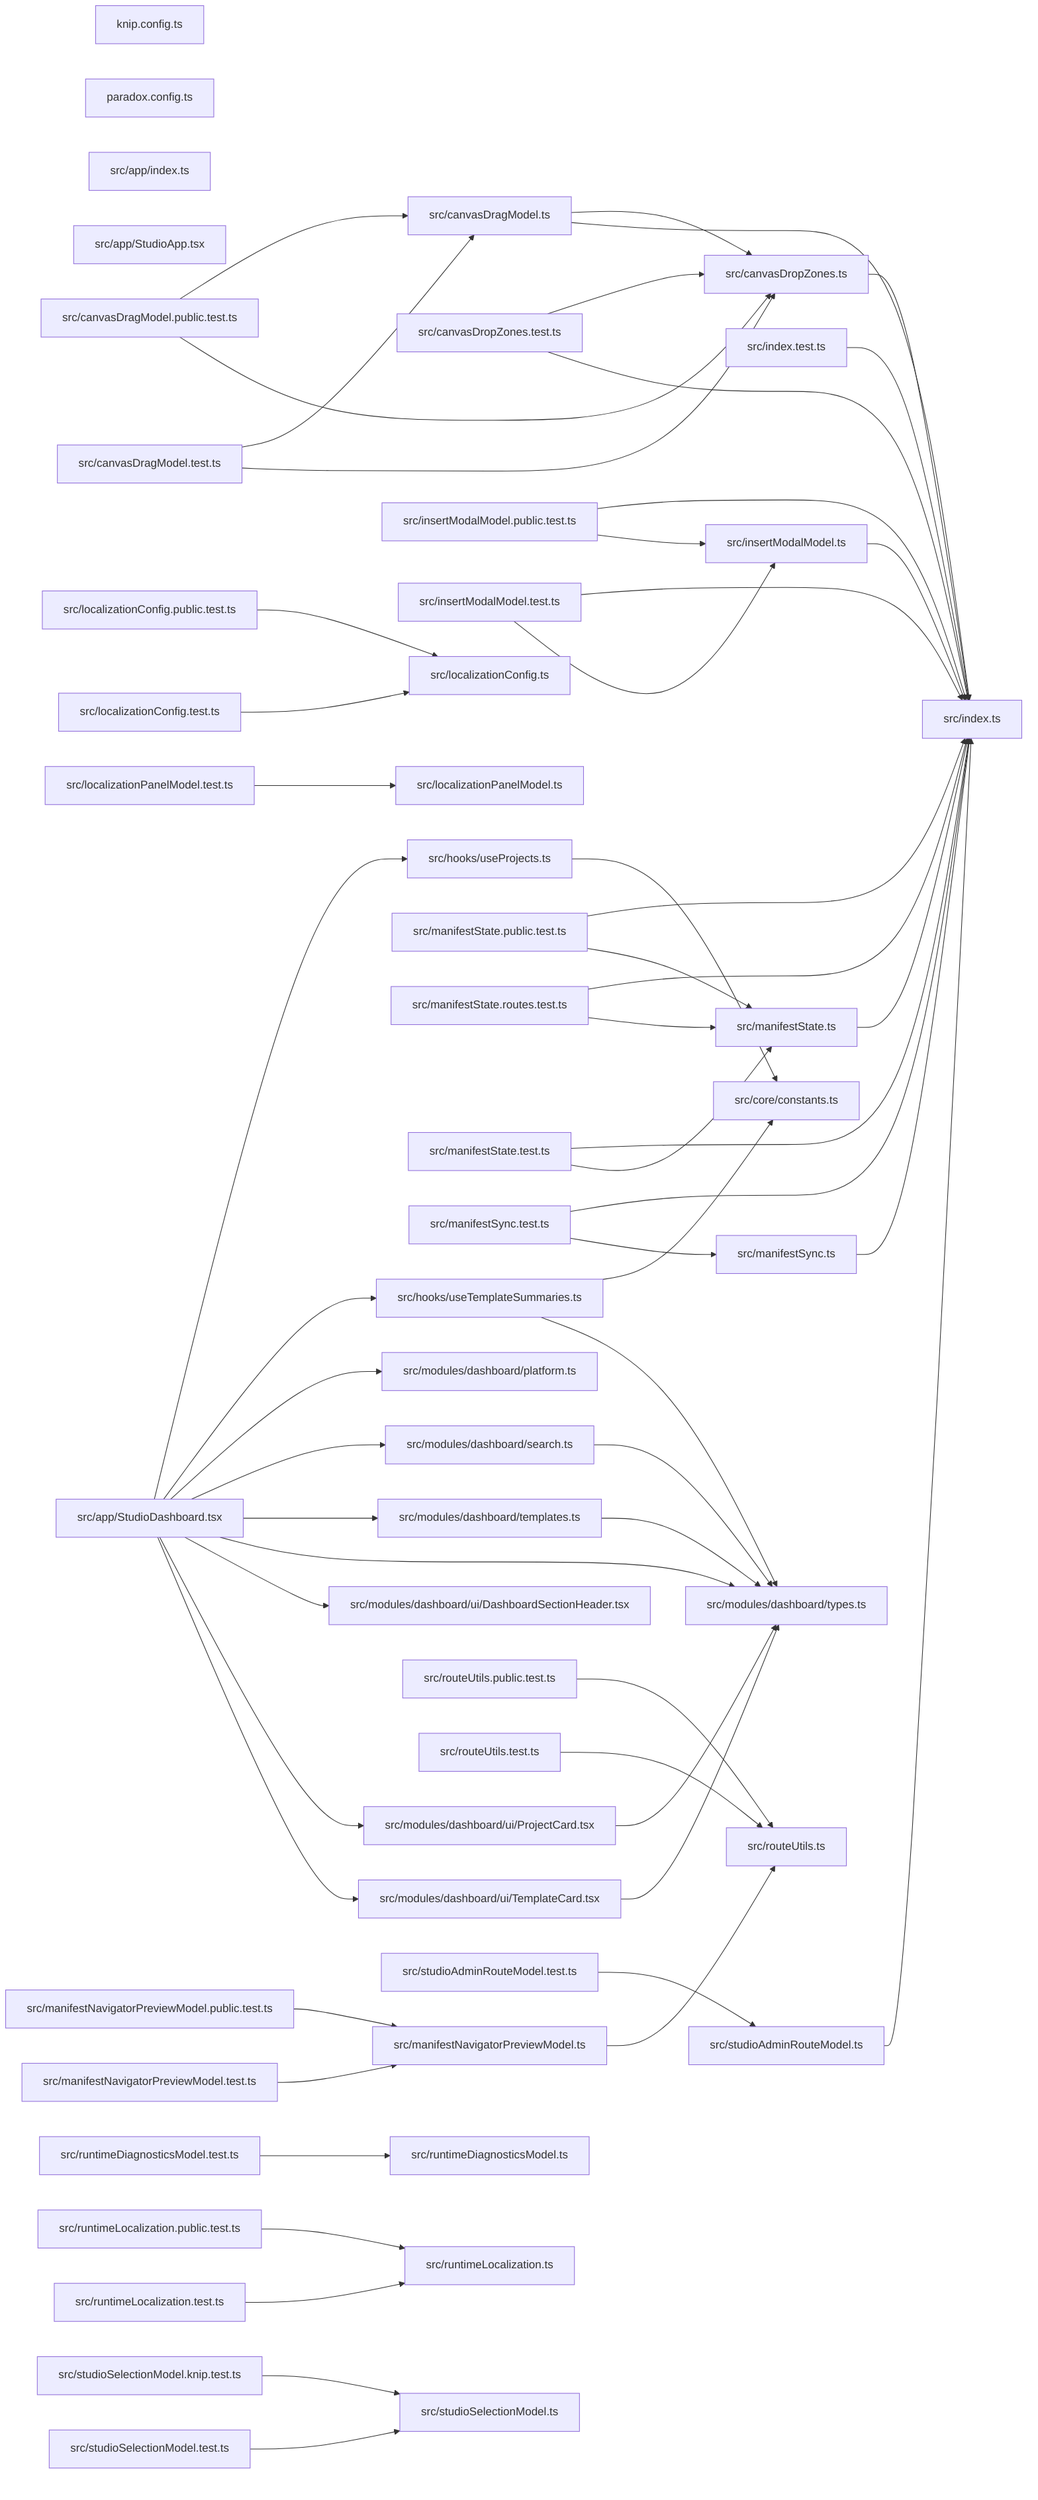
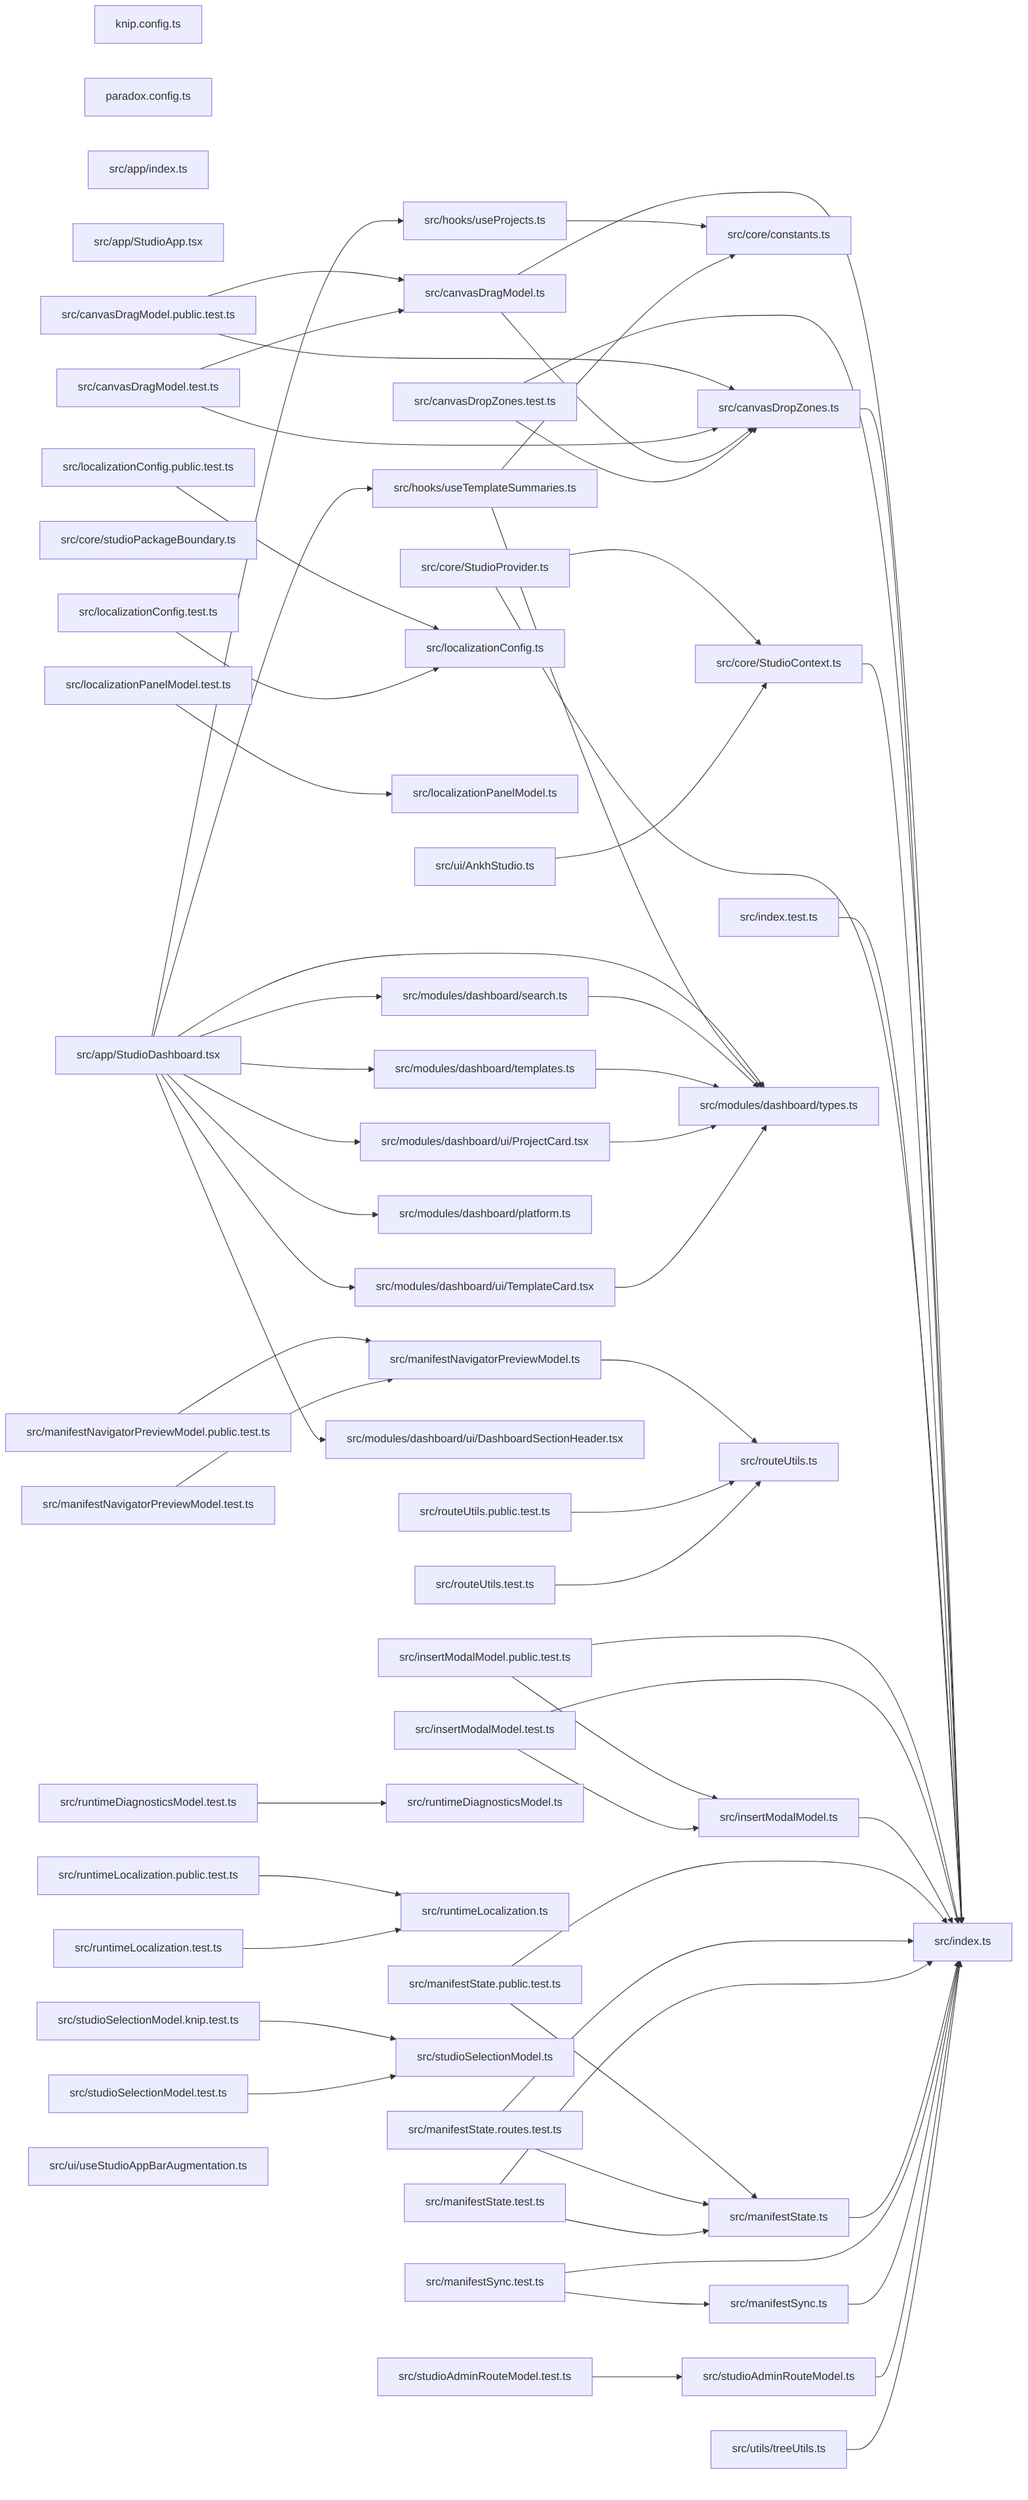
graph LR
  module_knip_config_ts["knip.config.ts"]
  module_paradox_config_ts["paradox.config.ts"]
  module_src_app_index_ts["src/app/index.ts"]
  module_src_app_StudioApp_tsx["src/app/StudioApp.tsx"]
  module_src_app_StudioDashboard_tsx["src/app/StudioDashboard.tsx"]
  module_src_canvasDragModel_public_test_ts["src/canvasDragModel.public.test.ts"]
  module_src_canvasDragModel_test_ts["src/canvasDragModel.test.ts"]
  module_src_canvasDragModel_ts["src/canvasDragModel.ts"]
  module_src_canvasDropZones_test_ts["src/canvasDropZones.test.ts"]
  module_src_canvasDropZones_ts["src/canvasDropZones.ts"]
  module_src_core_constants_ts["src/core/constants.ts"]
+   module_src_core_StudioContext_ts["src/core/StudioContext.ts"]
+   module_src_core_studioPackageBoundary_ts["src/core/studioPackageBoundary.ts"]
+   module_src_core_StudioProvider_ts["src/core/StudioProvider.ts"]
  module_src_hooks_useProjects_ts["src/hooks/useProjects.ts"]
  module_src_hooks_useTemplateSummaries_ts["src/hooks/useTemplateSummaries.ts"]
  module_src_index_test_ts["src/index.test.ts"]
  module_src_index_ts["src/index.ts"]
  module_src_insertModalModel_public_test_ts["src/insertModalModel.public.test.ts"]
  module_src_insertModalModel_test_ts["src/insertModalModel.test.ts"]
  module_src_insertModalModel_ts["src/insertModalModel.ts"]
  module_src_localizationConfig_public_test_ts["src/localizationConfig.public.test.ts"]
  module_src_localizationConfig_test_ts["src/localizationConfig.test.ts"]
  module_src_localizationConfig_ts["src/localizationConfig.ts"]
  module_src_localizationPanelModel_test_ts["src/localizationPanelModel.test.ts"]
  module_src_localizationPanelModel_ts["src/localizationPanelModel.ts"]
  module_src_manifestNavigatorPreviewModel_public_test_ts["src/manifestNavigatorPreviewModel.public.test.ts"]
  module_src_manifestNavigatorPreviewModel_test_ts["src/manifestNavigatorPreviewModel.test.ts"]
  module_src_manifestNavigatorPreviewModel_ts["src/manifestNavigatorPreviewModel.ts"]
  module_src_manifestState_public_test_ts["src/manifestState.public.test.ts"]
  module_src_manifestState_routes_test_ts["src/manifestState.routes.test.ts"]
  module_src_manifestState_test_ts["src/manifestState.test.ts"]
  module_src_manifestState_ts["src/manifestState.ts"]
  module_src_manifestSync_test_ts["src/manifestSync.test.ts"]
  module_src_manifestSync_ts["src/manifestSync.ts"]
  module_src_modules_dashboard_platform_ts["src/modules/dashboard/platform.ts"]
  module_src_modules_dashboard_search_ts["src/modules/dashboard/search.ts"]
  module_src_modules_dashboard_templates_ts["src/modules/dashboard/templates.ts"]
  module_src_modules_dashboard_types_ts["src/modules/dashboard/types.ts"]
  module_src_modules_dashboard_ui_DashboardSectionHeader_tsx["src/modules/dashboard/ui/DashboardSectionHeader.tsx"]
  module_src_modules_dashboard_ui_ProjectCard_tsx["src/modules/dashboard/ui/ProjectCard.tsx"]
  module_src_modules_dashboard_ui_TemplateCard_tsx["src/modules/dashboard/ui/TemplateCard.tsx"]
  module_src_routeUtils_public_test_ts["src/routeUtils.public.test.ts"]
  module_src_routeUtils_test_ts["src/routeUtils.test.ts"]
  module_src_routeUtils_ts["src/routeUtils.ts"]
  module_src_runtimeDiagnosticsModel_test_ts["src/runtimeDiagnosticsModel.test.ts"]
  module_src_runtimeDiagnosticsModel_ts["src/runtimeDiagnosticsModel.ts"]
  module_src_runtimeLocalization_public_test_ts["src/runtimeLocalization.public.test.ts"]
  module_src_runtimeLocalization_test_ts["src/runtimeLocalization.test.ts"]
  module_src_runtimeLocalization_ts["src/runtimeLocalization.ts"]
  module_src_studioAdminRouteModel_test_ts["src/studioAdminRouteModel.test.ts"]
  module_src_studioAdminRouteModel_ts["src/studioAdminRouteModel.ts"]
  module_src_studioSelectionModel_knip_test_ts["src/studioSelectionModel.knip.test.ts"]
  module_src_studioSelectionModel_test_ts["src/studioSelectionModel.test.ts"]
  module_src_studioSelectionModel_ts["src/studioSelectionModel.ts"]
+   module_src_ui_AnkhStudio_ts["src/ui/AnkhStudio.ts"]
+   module_src_ui_useStudioAppBarAugmentation_ts["src/ui/useStudioAppBarAugmentation.ts"]
+   module_src_utils_treeUtils_ts["src/utils/treeUtils.ts"]
  module_src_app_StudioDashboard_tsx --> module_src_hooks_useProjects_ts
  module_src_app_StudioDashboard_tsx --> module_src_hooks_useTemplateSummaries_ts
  module_src_app_StudioDashboard_tsx --> module_src_modules_dashboard_platform_ts
  module_src_app_StudioDashboard_tsx --> module_src_modules_dashboard_search_ts
  module_src_app_StudioDashboard_tsx --> module_src_modules_dashboard_templates_ts
  module_src_app_StudioDashboard_tsx --> module_src_modules_dashboard_types_ts
  module_src_app_StudioDashboard_tsx --> module_src_modules_dashboard_ui_DashboardSectionHeader_tsx
  module_src_app_StudioDashboard_tsx --> module_src_modules_dashboard_ui_ProjectCard_tsx
  module_src_app_StudioDashboard_tsx --> module_src_modules_dashboard_ui_TemplateCard_tsx
  module_src_canvasDragModel_public_test_ts --> module_src_canvasDragModel_ts
  module_src_canvasDragModel_public_test_ts --> module_src_canvasDropZones_ts
  module_src_canvasDragModel_test_ts --> module_src_canvasDragModel_ts
  module_src_canvasDragModel_test_ts --> module_src_canvasDropZones_ts
  module_src_canvasDragModel_ts --> module_src_canvasDropZones_ts
  module_src_canvasDragModel_ts --> module_src_index_ts
  module_src_canvasDropZones_test_ts --> module_src_canvasDropZones_ts
  module_src_canvasDropZones_test_ts --> module_src_index_ts
  module_src_canvasDropZones_ts --> module_src_index_ts
+   module_src_core_StudioContext_ts --> module_src_index_ts
+   module_src_core_StudioProvider_ts --> module_src_core_StudioContext_ts
+   module_src_core_StudioProvider_ts --> module_src_index_ts
  module_src_hooks_useProjects_ts --> module_src_core_constants_ts
  module_src_hooks_useTemplateSummaries_ts --> module_src_core_constants_ts
  module_src_hooks_useTemplateSummaries_ts --> module_src_modules_dashboard_types_ts
  module_src_index_test_ts --> module_src_index_ts
  module_src_insertModalModel_public_test_ts --> module_src_index_ts
  module_src_insertModalModel_public_test_ts --> module_src_insertModalModel_ts
  module_src_insertModalModel_test_ts --> module_src_index_ts
  module_src_insertModalModel_test_ts --> module_src_insertModalModel_ts
  module_src_insertModalModel_ts --> module_src_index_ts
  module_src_localizationConfig_public_test_ts --> module_src_localizationConfig_ts
  module_src_localizationConfig_test_ts --> module_src_localizationConfig_ts
  module_src_localizationPanelModel_test_ts --> module_src_localizationPanelModel_ts
  module_src_manifestNavigatorPreviewModel_public_test_ts --> module_src_manifestNavigatorPreviewModel_ts
  module_src_manifestNavigatorPreviewModel_test_ts --> module_src_manifestNavigatorPreviewModel_ts
  module_src_manifestNavigatorPreviewModel_ts --> module_src_routeUtils_ts
  module_src_manifestState_public_test_ts --> module_src_index_ts
  module_src_manifestState_public_test_ts --> module_src_manifestState_ts
  module_src_manifestState_routes_test_ts --> module_src_index_ts
  module_src_manifestState_routes_test_ts --> module_src_manifestState_ts
  module_src_manifestState_test_ts --> module_src_index_ts
  module_src_manifestState_test_ts --> module_src_manifestState_ts
  module_src_manifestState_ts --> module_src_index_ts
  module_src_manifestSync_test_ts --> module_src_index_ts
  module_src_manifestSync_test_ts --> module_src_manifestSync_ts
  module_src_manifestSync_ts --> module_src_index_ts
  module_src_modules_dashboard_search_ts --> module_src_modules_dashboard_types_ts
  module_src_modules_dashboard_templates_ts --> module_src_modules_dashboard_types_ts
  module_src_modules_dashboard_ui_ProjectCard_tsx --> module_src_modules_dashboard_types_ts
  module_src_modules_dashboard_ui_TemplateCard_tsx --> module_src_modules_dashboard_types_ts
  module_src_routeUtils_public_test_ts --> module_src_routeUtils_ts
  module_src_routeUtils_test_ts --> module_src_routeUtils_ts
  module_src_runtimeDiagnosticsModel_test_ts --> module_src_runtimeDiagnosticsModel_ts
  module_src_runtimeLocalization_public_test_ts --> module_src_runtimeLocalization_ts
  module_src_runtimeLocalization_test_ts --> module_src_runtimeLocalization_ts
  module_src_studioAdminRouteModel_test_ts --> module_src_studioAdminRouteModel_ts
  module_src_studioAdminRouteModel_ts --> module_src_index_ts
  module_src_studioSelectionModel_knip_test_ts --> module_src_studioSelectionModel_ts
  module_src_studioSelectionModel_test_ts --> module_src_studioSelectionModel_ts
+   module_src_ui_AnkhStudio_ts --> module_src_core_StudioContext_ts
+   module_src_utils_treeUtils_ts --> module_src_index_ts
